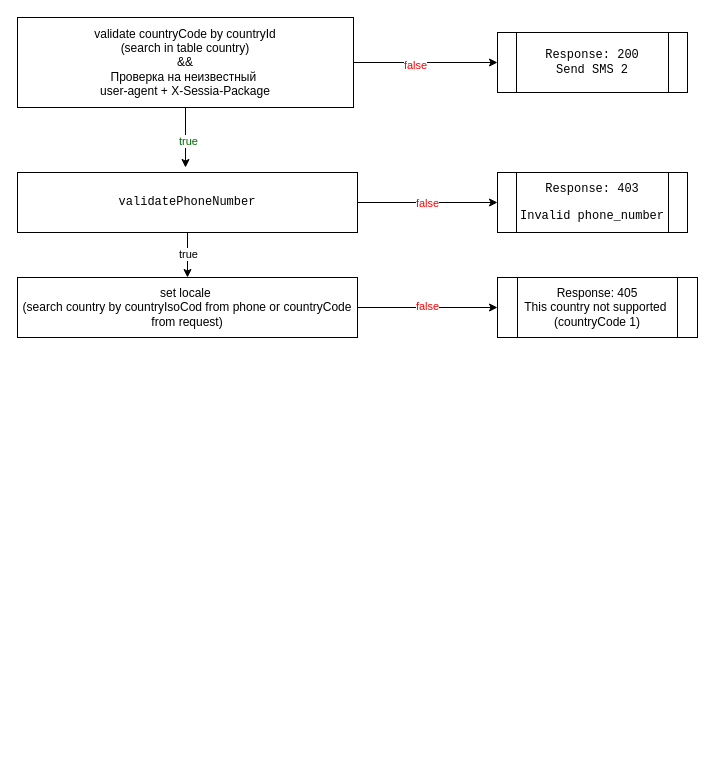
The draw.io diagram PhoneGrantExtension.checkGrantExtension..drawio in dixmod/test, before the edit. Source tidied: cells renumbered, new cells numbered last; positions are measured from the earlier drawing's top-left corner, leaving out a move shared by most shapes. Both pictures are drawn from the tidied source at 100%, with x=0, y=0 at pixel (17, 17).
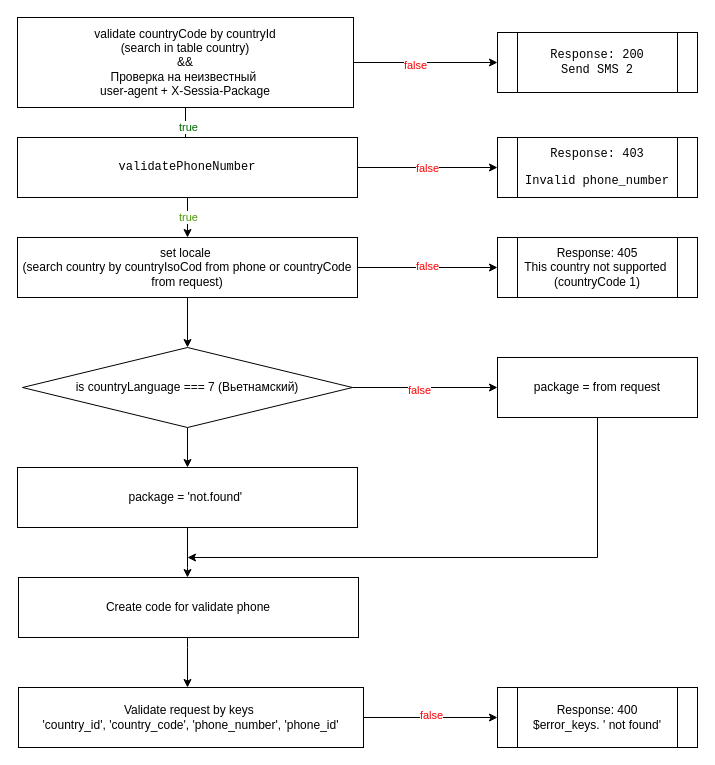
The same diagram, later.

The change refers to these unchanged cells:
```xml
<mxCell id="4" style="edgeStyle=orthogonalEdgeStyle;rounded=0;jettySize=auto;html=1;exitX=0.5;exitY=1;exitDx=0;exitDy=0;" parent="1" edge="1" source="6">
  <mxGeometry relative="1" as="geometry">
    <mxPoint x="168" y="150" as="targetPoint" />
  </mxGeometry>
</mxCell>
<mxCell id="10" style="edgeStyle=orthogonalEdgeStyle;rounded=0;jettySize=auto;html=1;" parent="1" edge="1" source="12" target="16">
  <mxGeometry relative="1" as="geometry" />
</mxCell>
```

Change to the diagram source:
```diff
@@
     <mxCell id="5" value="&lt;font color=&quot;#006600&quot;&gt;true&lt;/font&gt;" style="edgeLabel;html=1;align=center;verticalAlign=middle;" parent="4" vertex="1">
-      <mxGeometry x="0.12" y="2" relative="1" as="geometry" />
+      <mxGeometry x="0.12" y="2" relative="1" as="geometry">
+        <mxPoint y="-14" as="offset" />
+      </mxGeometry>
     </mxCell>
@@
     <mxCell id="7" value="&lt;div style=&quot;&quot;&gt;&lt;pre style=&quot;&quot;&gt;Response: 200&lt;br&gt;Send SMS 2&lt;/pre&gt;&lt;/div&gt;" style="shape=process;whiteSpace=wrap;html=1;backgroundOutline=1;" parent="1" vertex="1">
-      <mxGeometry x="480" y="15" width="190" height="60" as="geometry" />
+      <mxGeometry x="480" y="15" width="200" height="60" as="geometry" />
     </mxCell>
@@
-    <mxCell id="11" value="true" style="edgeLabel;html=1;align=center;verticalAlign=middle;" parent="10" vertex="1">
+    <mxCell id="11" value="&lt;font color=&quot;#4d9900&quot;&gt;true&lt;/font&gt;" style="edgeLabel;html=1;align=center;verticalAlign=middle;" parent="10" vertex="1">
       <mxGeometry x="-0.09" relative="1" as="geometry">
         <mxPoint y="1" as="offset" />
       </mxGeometry>
     </mxCell>
     <mxCell id="12" value="&lt;div style=&quot;&quot;&gt;&lt;pre style=&quot;&quot;&gt;validatePhoneNumber&lt;/pre&gt;&lt;/div&gt;" style="rounded=0;whiteSpace=wrap;html=1;" parent="1" vertex="1">
-      <mxGeometry y="155" width="340" height="60" as="geometry" />
+      <mxGeometry y="120" width="340" height="60" as="geometry" />
     </mxCell>
     <mxCell id="13" value="&lt;div style=&quot;&quot;&gt;&lt;pre style=&quot;&quot;&gt;Response: 403&lt;br&gt;&lt;div style=&quot;&quot;&gt;&lt;pre style=&quot;&quot;&gt;Invalid phone_number&lt;/pre&gt;&lt;/div&gt;&lt;/pre&gt;&lt;/div&gt;" style="shape=process;whiteSpace=wrap;html=1;backgroundOutline=1;" parent="1" vertex="1">
-      <mxGeometry x="480" y="155" width="190" height="60" as="geometry" />
+      <mxGeometry x="480" y="120" width="200" height="60" as="geometry" />
     </mxCell>
@@
+    <mxCell id="18" style="edgeStyle=orthogonalEdgeStyle;rounded=0;jettySize=auto;html=1;entryX=0.5;entryY=0;entryDx=0;entryDy=0;" parent="1" edge="1" source="16" target="24">
+      <mxGeometry relative="1" as="geometry" />
+    </mxCell>
     <mxCell id="16" value="&lt;div style=&quot;text-align: center;&quot;&gt;&lt;span style=&quot;background-color: initial;&quot;&gt;set locale&amp;nbsp;&lt;/span&gt;&lt;/div&gt;&lt;div style=&quot;text-align: center;&quot;&gt;&lt;span style=&quot;background-color: initial;&quot;&gt;(search country by&amp;nbsp;&lt;/span&gt;&lt;span style=&quot;background-color: initial;&quot;&gt;countryIsoCod from phone or&amp;nbsp;&lt;/span&gt;&lt;span style=&quot;background-color: initial;&quot;&gt;countryCode from request&lt;/span&gt;&lt;span style=&quot;background-color: initial;&quot;&gt;)&lt;/span&gt;&lt;/div&gt;" style="rounded=0;whiteSpace=wrap;html=1;" parent="1" vertex="1">
-      <mxGeometry y="260" width="340" height="60" as="geometry" />
+      <mxGeometry y="220" width="340" height="60" as="geometry" />
     </mxCell>
     <mxCell id="17" value="Response: 405&lt;br&gt;&lt;span style=&quot;background-color: initial;&quot;&gt;This country not supported&amp;nbsp;&lt;br&gt;&lt;/span&gt;&lt;span style=&quot;background-color: initial;&quot;&gt;(countryCode 1)&lt;/span&gt;" style="shape=process;whiteSpace=wrap;html=1;backgroundOutline=1;align=center;" parent="1" vertex="1">
-      <mxGeometry x="480" y="260" width="200" height="60" as="geometry" />
+      <mxGeometry x="480" y="220" width="200" height="60" as="geometry" />
     </mxCell>
+    <mxCell id="19" style="edgeStyle=orthogonalEdgeStyle;rounded=0;jettySize=auto;html=1;" parent="1" edge="1" source="20">
+      <mxGeometry relative="1" as="geometry">
+        <mxPoint x="170" y="540" as="targetPoint" />
+        <Array as="points">
+          <mxPoint x="580" y="540" />
+        </Array>
+      </mxGeometry>
+    </mxCell>
+    <mxCell id="20" value="&lt;span style=&quot;background-color: initial;&quot;&gt;package = from request&lt;/span&gt;" style="rounded=0;whiteSpace=wrap;html=1;" parent="1" vertex="1">
+      <mxGeometry x="480" y="340" width="200" height="60" as="geometry" />
+    </mxCell>
+    <mxCell id="21" style="edgeStyle=orthogonalEdgeStyle;rounded=0;jettySize=auto;html=1;entryX=0;entryY=0.5;entryDx=0;entryDy=0;" parent="1" edge="1" source="24" target="20">
+      <mxGeometry relative="1" as="geometry" />
+    </mxCell>
+    <mxCell id="22" value="&lt;font color=&quot;#ff0000&quot;&gt;false&lt;/font&gt;" style="edgeLabel;html=1;align=center;verticalAlign=middle;" parent="21" vertex="1">
+      <mxGeometry x="-0.09" y="-1" relative="1" as="geometry">
+        <mxPoint y="1" as="offset" />
+      </mxGeometry>
+    </mxCell>
+    <mxCell id="23" style="edgeStyle=orthogonalEdgeStyle;rounded=0;jettySize=auto;html=1;" parent="1" edge="1" source="24" target="26">
+      <mxGeometry relative="1" as="geometry" />
+    </mxCell>
+    <mxCell id="24" value="is countryLanguage === 7 (Вьетнамский&lt;span style=&quot;background-color: initial;&quot;&gt;)&lt;/span&gt;" style="rhombus;whiteSpace=wrap;html=1;" parent="1" vertex="1">
+      <mxGeometry x="5" y="330" width="330" height="80" as="geometry" />
+    </mxCell>
+    <mxCell id="25" style="edgeStyle=orthogonalEdgeStyle;rounded=0;jettySize=auto;html=1;" parent="1" edge="1" source="26" target="28">
+      <mxGeometry relative="1" as="geometry">
+        <Array as="points">
+          <mxPoint x="170" y="550" />
+          <mxPoint x="170" y="550" />
+        </Array>
+      </mxGeometry>
+    </mxCell>
+    <mxCell id="26" value="&lt;div style=&quot;&quot;&gt;&lt;pre style=&quot;&quot;&gt;&lt;span style=&quot;font-family: Helvetica; text-align: start; white-space: normal;&quot;&gt;package = 'not.found'&amp;nbsp;&lt;/span&gt;&lt;br&gt;&lt;/pre&gt;&lt;/div&gt;" style="rounded=0;whiteSpace=wrap;html=1;" parent="1" vertex="1">
+      <mxGeometry y="450" width="340" height="60" as="geometry" />
+    </mxCell>
+    <mxCell id="27" style="edgeStyle=orthogonalEdgeStyle;rounded=0;jettySize=auto;html=1;" parent="1" edge="1" source="28" target="31">
+      <mxGeometry relative="1" as="geometry">
+        <Array as="points">
+          <mxPoint x="170" y="630" />
+          <mxPoint x="170" y="630" />
+        </Array>
+      </mxGeometry>
+    </mxCell>
+    <mxCell id="28" value="Create code for validate phone" style="rounded=0;whiteSpace=wrap;html=1;" parent="1" vertex="1">
+      <mxGeometry x="1" y="560" width="340" height="60" as="geometry" />
+    </mxCell>
+    <mxCell id="29" style="edgeStyle=orthogonalEdgeStyle;rounded=0;jettySize=auto;html=1;entryX=0;entryY=0.5;entryDx=0;entryDy=0;" parent="1" edge="1" source="31" target="32">
+      <mxGeometry relative="1" as="geometry" />
+    </mxCell>
+    <mxCell id="30" value="&lt;font color=&quot;#ff0000&quot;&gt;false&lt;/font&gt;" style="edgeLabel;html=1;align=center;verticalAlign=middle;" parent="29" vertex="1">
+      <mxGeometry y="3" relative="1" as="geometry" />
+    </mxCell>
+    <mxCell id="31" value="Validate request by keys&amp;nbsp;&lt;br&gt;&lt;span style=&quot;background-color: initial;&quot;&gt;'country_id'&lt;/span&gt;&lt;span style=&quot;background-color: initial;&quot;&gt;, &lt;/span&gt;&lt;span style=&quot;background-color: initial;&quot;&gt;'country_code'&lt;/span&gt;&lt;span style=&quot;background-color: initial;&quot;&gt;, &lt;/span&gt;&lt;span style=&quot;background-color: initial;&quot;&gt;'phone_number'&lt;/span&gt;&lt;span style=&quot;background-color: initial;&quot;&gt;, &lt;/span&gt;&lt;span style=&quot;background-color: initial;&quot;&gt;'phone_id'&lt;/span&gt;" style="rounded=0;whiteSpace=wrap;html=1;align=center;" parent="1" vertex="1">
+      <mxGeometry x="1" y="670" width="345" height="60" as="geometry" />
+    </mxCell>
+    <mxCell id="32" value="Response: 400&lt;br&gt;&lt;span style=&quot;background-color: initial;&quot;&gt;$error_keys. ' not found'&lt;/span&gt;" style="shape=process;whiteSpace=wrap;html=1;backgroundOutline=1;align=center;" parent="1" vertex="1">
+      <mxGeometry x="480" y="670" width="200" height="60" as="geometry" />
+    </mxCell>
```
